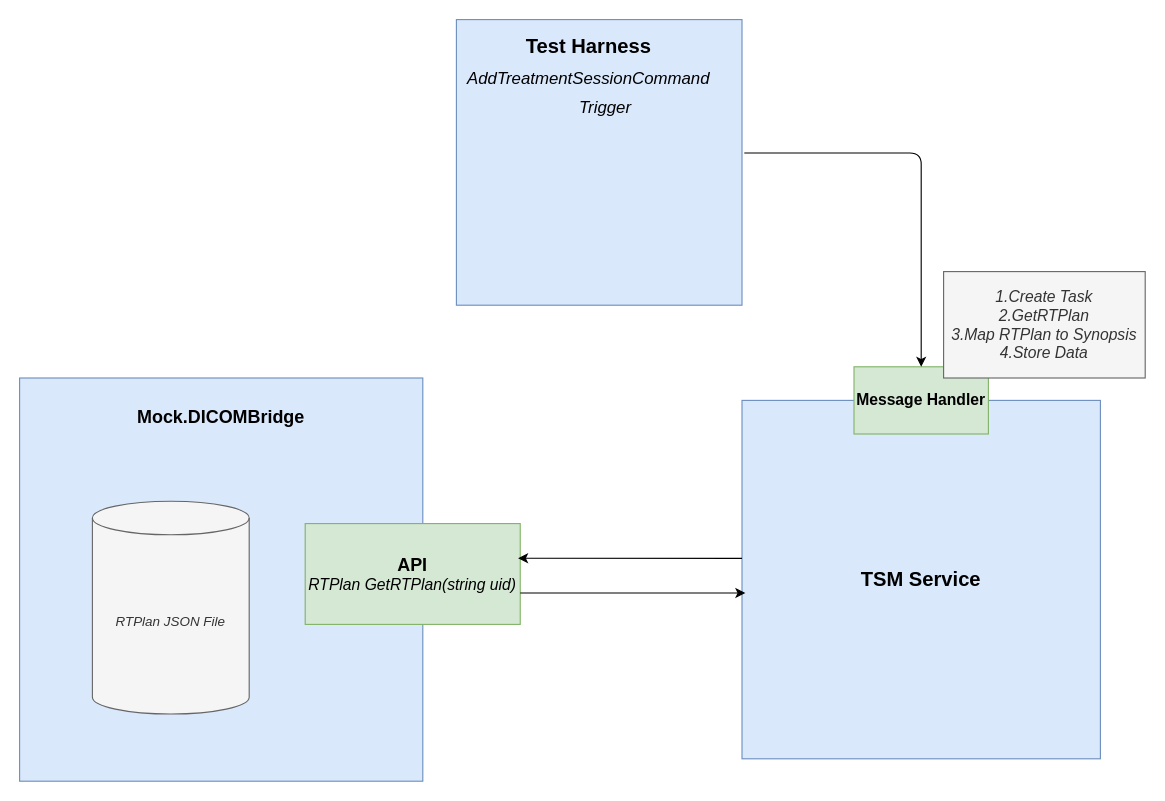
Before: DICOM Bridge.drawio in xyzish/Diagram, a draw.io diagram. Source tidied: cells renumbered, new cells numbered last; positions are measured from the earlier drawing's top-left corner, leaving out a move shared by most shapes. Both pictures are drawn from the tidied source at 112%, with x=0, y=0 at pixel (19, 19).
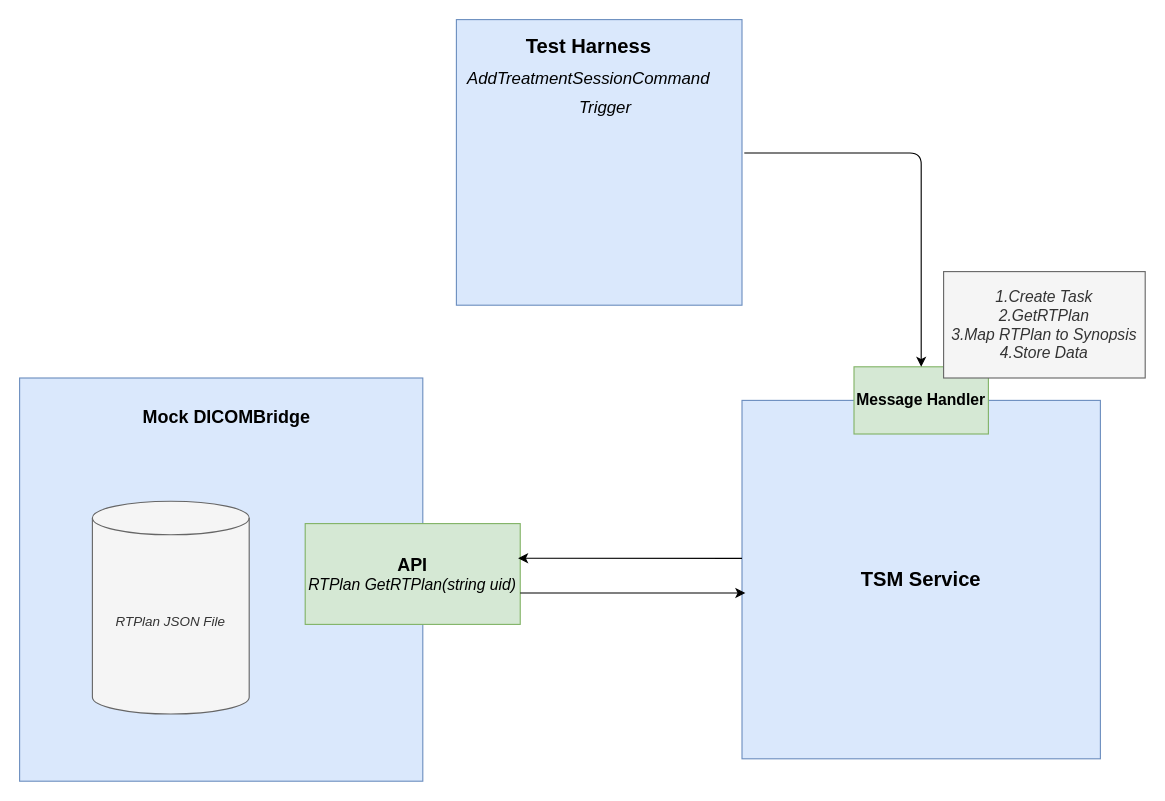
The same page after the edit.

Change to the diagram source:
```diff
@@
 <mxGraphModel>
   <root>
     <mxCell id="0" />
     <mxCell id="1" parent="0" />
     <mxCell id="2" style="whiteSpace=wrap;html=1;fillColor=#dae8fc;strokeColor=#6c8ebf;" parent="1" vertex="1">
       <mxGeometry y="320" width="360" height="360" as="geometry" />
     </mxCell>
-    <mxCell id="3" value="&lt;b&gt;&lt;font style=&quot;font-size: 16px&quot;&gt;Mock.DICOMBridge&lt;/font&gt;&lt;/b&gt;" style="text;html=1;strokeColor=none;fillColor=none;align=center;verticalAlign=middle;whiteSpace=wrap;rounded=0;" parent="1" vertex="1">
-      <mxGeometry x="105" y="340" width="150" height="30" as="geometry" />
+    <mxCell id="3" value="&lt;b&gt;&lt;font style=&quot;font-size: 16px&quot;&gt;Mock DICOMBridge&lt;/font&gt;&lt;/b&gt;" style="text;html=1;strokeColor=none;fillColor=none;align=center;verticalAlign=middle;whiteSpace=wrap;rounded=0;" parent="1" vertex="1">
+      <mxGeometry x="105" y="340" width="160" height="30" as="geometry" />
     </mxCell>
     <mxCell id="4" value="&lt;i&gt;RTPlan JSON File&lt;/i&gt;" style="shape=cylinder3;whiteSpace=wrap;html=1;boundedLbl=1;backgroundOutline=1;size=15;fillColor=#f5f5f5;strokeColor=#666666;fontColor=#333333;" parent="1" vertex="1">
       <mxGeometry x="65" y="430" width="140" height="190" as="geometry" />
     </mxCell>
     <mxCell id="5" value="&lt;div&gt;&lt;font size=&quot;1&quot;&gt;&lt;b style=&quot;font-size: 16px&quot;&gt;API&lt;/b&gt;&lt;/font&gt;&lt;/div&gt;&lt;div&gt;&lt;font size=&quot;1&quot;&gt;&lt;i style=&quot;font-size: 14px&quot;&gt;RTPlan GetRTPlan(string uid)&lt;/i&gt;&lt;/font&gt;&lt;br&gt;&lt;/div&gt;" style="rounded=0;whiteSpace=wrap;html=1;fillColor=#d5e8d4;strokeColor=#82b366;" parent="1" vertex="1">
       <mxGeometry x="255" y="450" width="192" height="90" as="geometry" />
     </mxCell>
     <mxCell id="6" value="&lt;b&gt;&lt;font style=&quot;font-size: 18px&quot;&gt;TSM Service&lt;/font&gt;&lt;/b&gt;" style="whiteSpace=wrap;html=1;fillColor=#dae8fc;strokeColor=#6c8ebf;" parent="1" vertex="1">
       <mxGeometry x="645" y="340" width="320" height="320" as="geometry" />
     </mxCell>
     <mxCell id="7" style="endArrow=classic;html=1;" parent="1" edge="1">
       <mxGeometry relative="1" as="geometry">
         <mxPoint x="447" y="512" as="sourcePoint" />
         <mxPoint x="648" y="512" as="targetPoint" />
       </mxGeometry>
     </mxCell>
     <mxCell id="8" style="endArrow=classic;html=1;entryX=0.99;entryY=0.344;entryDx=0;entryDy=0;rounded=1;entryPerimeter=0;" parent="1" edge="1" target="5">
       <mxGeometry relative="1" as="geometry">
         <mxPoint x="645" y="481" as="sourcePoint" />
       </mxGeometry>
     </mxCell>
     <mxCell id="9" value="&lt;font style=&quot;font-size: 14px&quot;&gt;&lt;b&gt;Message Handler&lt;br&gt;&lt;/b&gt;&lt;/font&gt;" style="rounded=0;whiteSpace=wrap;html=1;fillColor=#d5e8d4;strokeColor=#82b366;shadow=0;glass=0;" parent="1" vertex="1">
       <mxGeometry x="745" y="310" width="120" height="60" as="geometry" />
     </mxCell>
     <mxCell id="10" style="whiteSpace=wrap;html=1;fillColor=#dae8fc;strokeColor=#6c8ebf;" parent="1" vertex="1">
       <mxGeometry x="390" width="255" height="255" as="geometry" />
     </mxCell>
     <mxCell id="11" value="&lt;div style=&quot;line-height: 1.75 ; font-size: 18px&quot; align=&quot;center&quot;&gt;&lt;font style=&quot;font-size: 18px&quot;&gt;&lt;b&gt;&lt;font style=&quot;font-size: 18px&quot;&gt;Test Harness&lt;br&gt;&lt;/font&gt;&lt;/b&gt;&lt;/font&gt;&lt;/div&gt;&lt;div style=&quot;line-height: 1.75 ; font-size: 15px&quot; align=&quot;left&quot;&gt;&lt;i&gt;&lt;font style=&quot;font-size: 15px&quot;&gt;AddTreatmentSessionCommand&lt;/font&gt;&lt;/i&gt;&lt;/div&gt;&lt;div style=&quot;line-height: 1.75 ; font-size: 15px&quot; align=&quot;left&quot;&gt;&lt;i&gt;&lt;font style=&quot;font-size: 15px&quot;&gt;&amp;nbsp;&amp;nbsp;&amp;nbsp;&amp;nbsp;&amp;nbsp;&amp;nbsp;&amp;nbsp;&amp;nbsp;&amp;nbsp;&amp;nbsp;&amp;nbsp;&amp;nbsp;&amp;nbsp;&amp;nbsp;&amp;nbsp;&amp;nbsp;&amp;nbsp;&amp;nbsp;&amp;nbsp;&amp;nbsp;&amp;nbsp;&amp;nbsp;&amp;nbsp; Trigger&lt;/font&gt;&lt;/i&gt;&lt;b&gt;&lt;font style=&quot;font-size: 15px&quot;&gt;&lt;br&gt;&lt;/font&gt;&lt;/b&gt;&lt;/div&gt;" style="text;html=1;strokeColor=none;fillColor=none;align=left;verticalAlign=middle;whiteSpace=wrap;rounded=0;" parent="1" vertex="1">
       <mxGeometry x="397.5" y="10" width="240" height="80" as="geometry" />
     </mxCell>
     <mxCell id="12" style="endArrow=classic;html=1;edgeStyle=orthogonalEdgeStyle;entryX=0.5;entryY=0;entryDx=0;entryDy=0;exitX=1.008;exitY=0.467;exitDx=0;exitDy=0;exitPerimeter=0;" parent="1" edge="1" source="10" target="9">
       <mxGeometry relative="1" as="geometry" />
     </mxCell>
     <mxCell id="13" value="&lt;div style=&quot;font-size: 14px&quot;&gt;&lt;i&gt;&lt;font style=&quot;font-size: 14px&quot;&gt;1.Create Task&lt;/font&gt;&lt;/i&gt;&lt;/div&gt;&lt;div style=&quot;font-size: 14px&quot;&gt;&lt;i&gt;&lt;font style=&quot;font-size: 14px&quot;&gt;2.GetRTPlan&lt;/font&gt;&lt;/i&gt;&lt;/div&gt;&lt;div style=&quot;font-size: 14px&quot;&gt;&lt;i&gt;&lt;font style=&quot;font-size: 14px&quot;&gt;3.Map RTPlan to Synopsis&lt;/font&gt;&lt;/i&gt;&lt;/div&gt;&lt;div style=&quot;font-size: 14px&quot;&gt;&lt;i&gt;&lt;font style=&quot;font-size: 14px&quot;&gt;4.Store Data&lt;br&gt;&lt;/font&gt;&lt;/i&gt;&lt;/div&gt;" style="text;html=1;strokeColor=#666666;fillColor=#f5f5f5;align=center;verticalAlign=middle;whiteSpace=wrap;rounded=0;fontColor=#333333;" parent="1" vertex="1">
       <mxGeometry x="825" y="225" width="180" height="95" as="geometry" />
     </mxCell>
   </root>
 </mxGraphModel>
```
